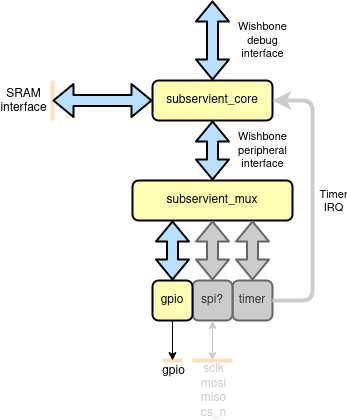
The draw.io diagram doc/subservient.png in olofk/subservient, before a commit. Source tidied: cells renumbered, new cells last; positions are measured from the earlier drawing's top-left corner, leaving out a move shared by most shapes.
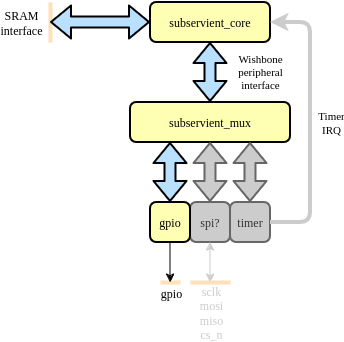
The same diagram one commit later.

What changed in the source:
```diff
@@ -92,10 +92,5 @@
         <mxPoint x="180" y="360" as="targetPoint" />
       </mxGeometry>
     </mxCell>
-    <mxCell id="22" value="&lt;div&gt;Wishbone&lt;/div&gt;&lt;div&gt;debug&lt;/div&gt;&lt;div&gt;interface&lt;br&gt;&lt;/div&gt;" style="shape=flexArrow;endArrow=classic;html=1;strokeColor=#000000;strokeWidth=2;fontFamily=Helvetica;fillColor=#b9e0FF;startArrow=block;entryX=0.5;entryY=0;entryDx=0;entryDy=0;" parent="1" edge="1" target="2">
-      <mxGeometry y="50" relative="1" as="geometry">
-        <mxPoint x="160" as="sourcePoint" />
-      </mxGeometry>
-    </mxCell>
   </root>
 </mxGraphModel>
```
